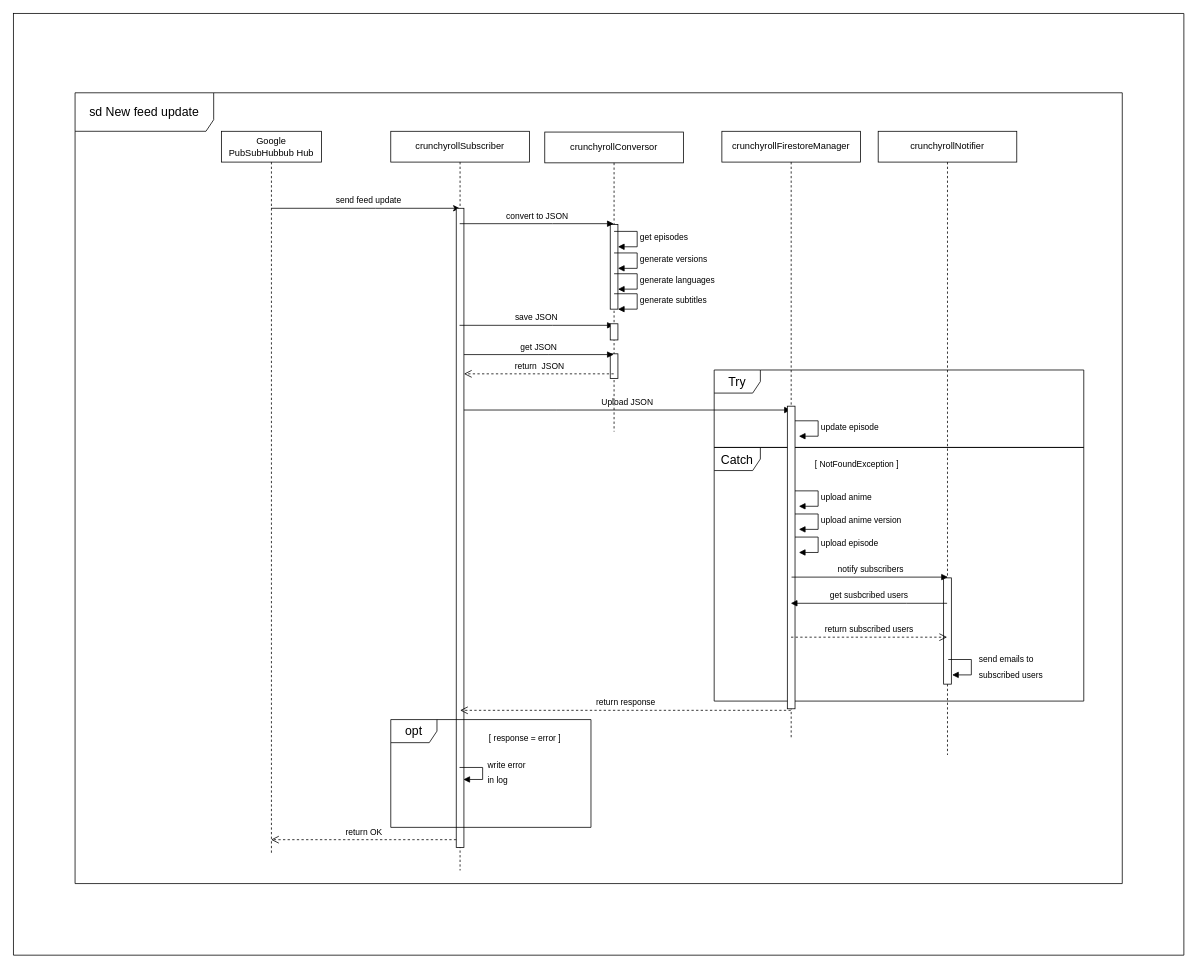
Earlier version of the draw.io diagram documentación/documentación del producto/documentación del sistema/documentación del diseño/Diagrama de secuencia.drawio (GaelCodes/MyAnime). Source tidied: cells renumbered, new cells numbered last; positions are measured from the earlier drawing's top-left corner, leaving out a move shared by most shapes. Both pictures are drawn from the tidied source at 77%, with x=0, y=0 at pixel (13, 13).
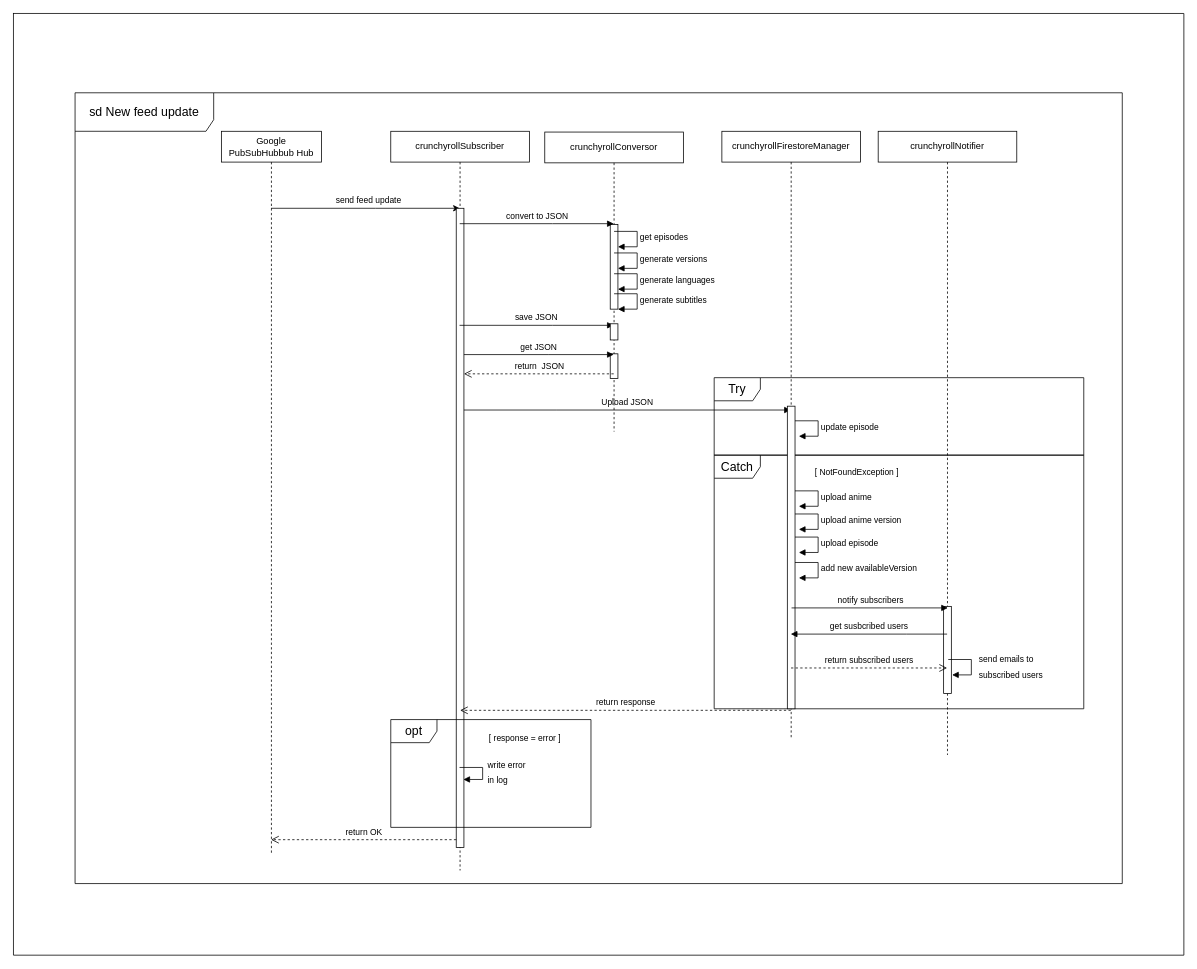
The same page after the edit.

Unchanged cells that the change refers to:
```xml
<mxCell id="21" value="crunchyrollFirestoreManager" style="shape=umlLifeline;perimeter=lifelinePerimeter;whiteSpace=wrap;html=1;" parent="1" vertex="1">
  <mxGeometry x="920" y="153" width="180" height="790" as="geometry" />
</mxCell>
<mxCell id="27" value="crunchyrollNotifier" style="shape=umlLifeline;perimeter=lifelinePerimeter;whiteSpace=wrap;html=1;" parent="1" vertex="1">
  <mxGeometry x="1123" y="153" width="180" height="810" as="geometry" />
</mxCell>
```

Change to the diagram source:
```diff
@@
     <mxCell id="6" style="group;" parent="1" vertex="1">
-      <mxGeometry x="910" y="463" width="480" height="430" as="geometry" />
+      <mxGeometry x="910" y="473" width="480" height="430" as="geometry" />
     </mxCell>
@@
+    <mxCell id="46" value="add new availableVersion" style="edgeStyle=orthogonalEdgeStyle;html=1;align=left;spacingLeft=2;endArrow=block;rounded=0;entryX=1;entryY=0;" parent="21" edge="1">
+      <mxGeometry relative="1" as="geometry">
+        <mxPoint x="95" y="560" as="sourcePoint" />
+        <mxPoint x="100" y="580" as="targetPoint" />
+        <Array as="points">
+          <mxPoint x="125" y="560" />
+        </Array>
+      </mxGeometry>
+    </mxCell>
@@
     <mxCell id="28" style="html=1;perimeter=orthogonalPerimeter;sketch=0;fontSize=16;" parent="27" vertex="1">
-      <mxGeometry x="85" y="580" width="10" height="138" as="geometry" />
+      <mxGeometry x="85" y="617" width="10" height="113" as="geometry" />
     </mxCell>
@@
     <mxCell id="38" value="&lt;font style=&quot;font-size: 11px&quot;&gt;get susbcribed users&lt;/font&gt;" style="html=1;verticalAlign=bottom;endArrow=block;rounded=0;labelBackgroundColor=none;fontSize=16;strokeColor=default;" parent="1" edge="1">
       <mxGeometry relative="1" as="geometry">
-        <mxPoint x="1212.5" y="766" as="sourcePoint" />
-        <mxPoint x="1009.5" y="766" as="targetPoint" />
+        <mxPoint x="1212.5" y="806" as="sourcePoint" />
+        <mxPoint x="1009.5" y="806" as="targetPoint" />
         <Array as="points">
-          <mxPoint x="1160" y="766" />
+          <mxPoint x="1160" y="806" />
         </Array>
       </mxGeometry>
     </mxCell>
     <mxCell id="39" value="&lt;font style=&quot;font-size: 11px&quot;&gt;return subscribed users&lt;/font&gt;" style="html=1;verticalAlign=bottom;endArrow=open;dashed=1;endSize=8;rounded=0;labelBackgroundColor=none;fontSize=16;strokeColor=default;" parent="1" edge="1">
       <mxGeometry relative="1" as="geometry">
-        <mxPoint x="1009.8" y="810" as="sourcePoint" />
-        <mxPoint x="1212.5" y="810" as="targetPoint" />
+        <mxPoint x="1009.8" y="850" as="sourcePoint" />
+        <mxPoint x="1212.5" y="850" as="targetPoint" />
         <Array as="points">
-          <mxPoint x="1040" y="810" />
+          <mxPoint x="1040" y="850" />
         </Array>
       </mxGeometry>
     </mxCell>
@@
     <mxCell id="41" value="&lt;font style=&quot;font-size: 11px&quot;&gt;notify subscribers&lt;/font&gt;" style="html=1;verticalAlign=bottom;endArrow=block;rounded=0;labelBackgroundColor=none;fontSize=16;strokeColor=default;" parent="1" edge="1">
       <mxGeometry relative="1" as="geometry">
-        <mxPoint x="1010.5" y="732" as="sourcePoint" />
-        <mxPoint x="1213.5" y="732" as="targetPoint" />
+        <mxPoint x="1010.5" y="772" as="sourcePoint" />
+        <mxPoint x="1213.5" y="772" as="targetPoint" />
       </mxGeometry>
     </mxCell>
```
